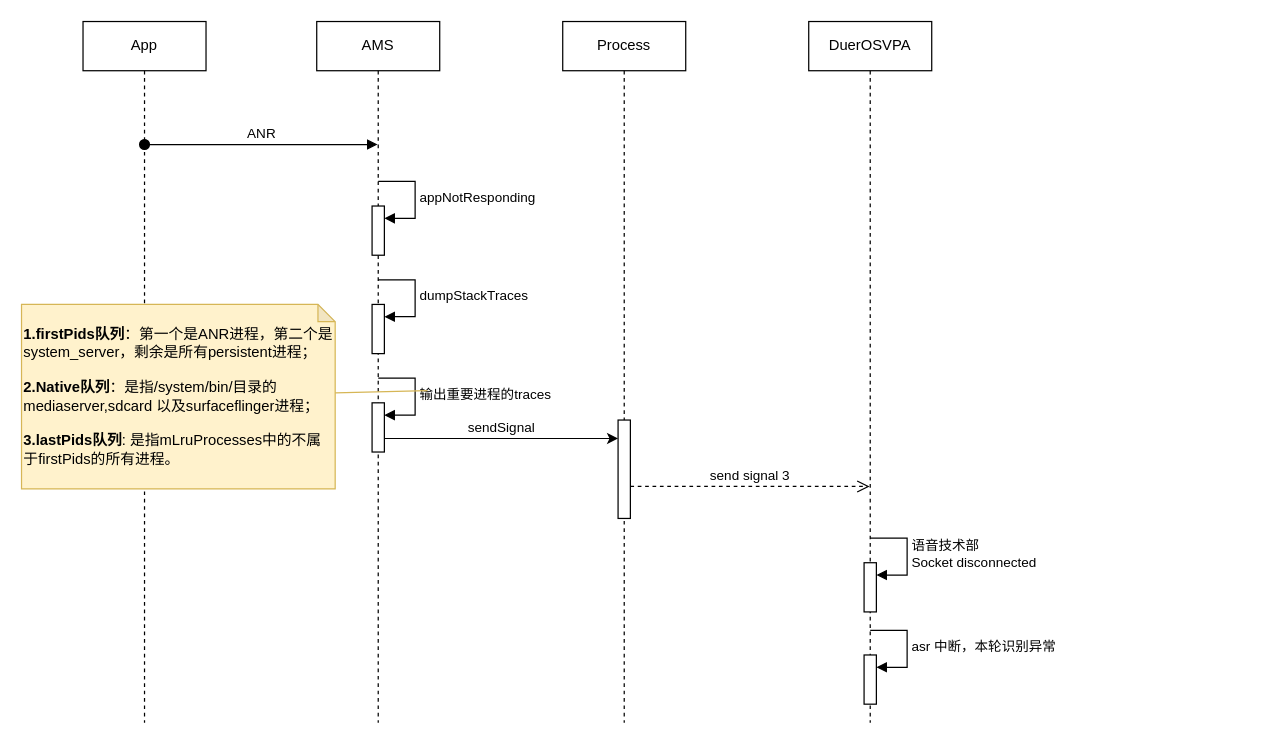
The draw.io diagram page "第 17 页" (17 of 18) of 未命名绘图.drawio in songlongGithub/CustomDemo, before the edit. Source tidied: cells renumbered, new cells numbered last; positions are measured from the earlier drawing's top-left corner, leaving out a move shared by most shapes. Both pictures are drawn from the tidied source at 123%, with x=0, y=0 at pixel (21, 21).
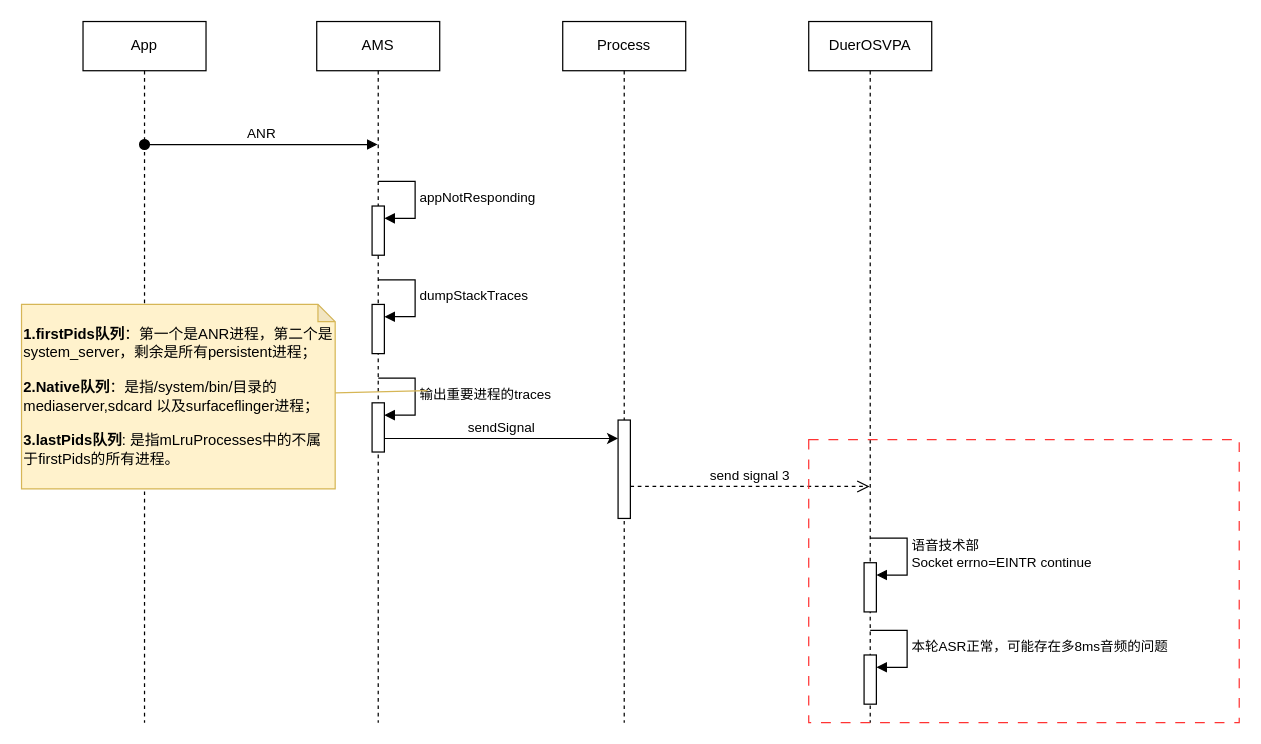
The same diagram, later.

Commit message:
更新未命名绘图.drawio

Unchanged cells that the change refers to:
```xml
<mxCell id="14" value="DuerOSVPA" style="shape=umlLifeline;perimeter=lifelinePerimeter;whiteSpace=wrap;html=1;newEdgeStyle={&quot;edgeStyle&quot;:&quot;elbowEdgeStyle&quot;,&quot;elbow&quot;:&quot;vertical&quot;,&quot;curved&quot;:0,&quot;rounded&quot;:0};" parent="1" vertex="1">
  <mxGeometry x="640" width="100" height="570" as="geometry" />
</mxCell>
<mxCell id="15" style="html=1;points=[];perimeter=orthogonalPerimeter;outlineConnect=0;targetShapes=umlLifeline;portConstraint=eastwest;newEdgeStyle={&quot;edgeStyle&quot;:&quot;elbowEdgeStyle&quot;,&quot;elbow&quot;:&quot;vertical&quot;,&quot;curved&quot;:0,&quot;rounded&quot;:0};" parent="14" vertex="1">
  <mxGeometry x="45" y="440" width="10" height="40" as="geometry" />
</mxCell>
<mxCell id="17" style="html=1;points=[];perimeter=orthogonalPerimeter;outlineConnect=0;targetShapes=umlLifeline;portConstraint=eastwest;newEdgeStyle={&quot;edgeStyle&quot;:&quot;elbowEdgeStyle&quot;,&quot;elbow&quot;:&quot;vertical&quot;,&quot;curved&quot;:0,&quot;rounded&quot;:0};" parent="14" vertex="1">
  <mxGeometry x="45" y="515" width="10" height="40" as="geometry" />
</mxCell>
```

What changed in the source:
```diff
@@
-    <mxCell id="16" value="语音技术部&lt;br&gt;Socket&amp;nbsp;disconnected" style="html=1;align=left;spacingLeft=2;endArrow=block;rounded=0;edgeStyle=orthogonalEdgeStyle;curved=0;rounded=0;" parent="14" edge="1" target="15">
+    <mxCell id="16" value="语音技术部&lt;br&gt;Socket&amp;nbsp;errno=EINTR continue" style="html=1;align=left;spacingLeft=2;endArrow=block;rounded=0;edgeStyle=orthogonalEdgeStyle;curved=0;rounded=0;" parent="14" edge="1" target="15">
       <mxGeometry relative="1" as="geometry">
         <mxPoint x="50" y="420" as="sourcePoint" />
         <Array as="points">
           <mxPoint x="80" y="450" />
         </Array>
       </mxGeometry>
     </mxCell>
@@
-    <mxCell id="18" value="asr 中断，本轮识别异常" style="html=1;align=left;spacingLeft=2;endArrow=block;rounded=0;edgeStyle=orthogonalEdgeStyle;curved=0;rounded=0;" parent="14" edge="1" target="17">
+    <mxCell id="18" value="本轮ASR正常，可能存在多8ms音频的问题" style="html=1;align=left;spacingLeft=2;endArrow=block;rounded=0;edgeStyle=orthogonalEdgeStyle;curved=0;rounded=0;" parent="14" edge="1" target="17">
       <mxGeometry relative="1" as="geometry">
         <mxPoint x="50" y="495" as="sourcePoint" />
         <Array as="points">
           <mxPoint x="80" y="525" />
         </Array>
       </mxGeometry>
     </mxCell>
@@
+    <mxCell id="22" style="rounded=0;whiteSpace=wrap;html=1;fillColor=none;dashed=1;dashPattern=8 8;strokeColor=#FF3333;" parent="1" vertex="1">
+      <mxGeometry x="640" y="340" width="350" height="230" as="geometry" />
+    </mxCell>
```
